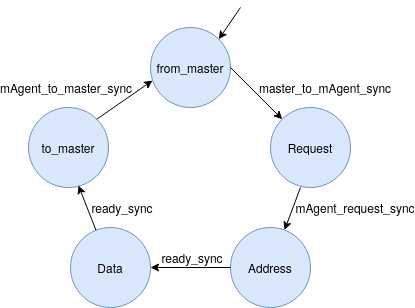
The draw.io diagram figs/ESL/mAgent_ESL.png in Ovsthus/hovsthus_thesis, before a commit. Source tidied: cells renumbered, new cells last; positions are measured from the earlier drawing's top-left corner, leaving out a move shared by most shapes.
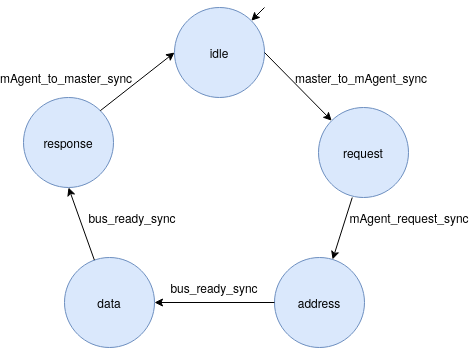
Later version of the same file.

Diff of the diagram source:
```diff
@@ -2,55 +2,55 @@
   <root>
     <mxCell id="0" />
     <mxCell id="1" parent="0" />
-    <mxCell id="2" value="from_master" style="ellipse;whiteSpace=wrap;html=1;fillColor=#dae8fc;strokeColor=#6c8ebf;" parent="1" vertex="1">
-      <mxGeometry x="122" y="20" width="80" height="80" as="geometry" />
-    </mxCell>
-    <mxCell id="3" value="Request" style="ellipse;whiteSpace=wrap;html=1;fillColor=#dae8fc;strokeColor=#6c8ebf;" parent="1" vertex="1">
-      <mxGeometry x="242" y="100" width="80" height="80" as="geometry" />
-    </mxCell>
-    <mxCell id="4" value="&lt;div&gt;Address &lt;br&gt;&lt;/div&gt;" style="ellipse;whiteSpace=wrap;html=1;fillColor=#dae8fc;strokeColor=#6c8ebf;" parent="1" vertex="1">
-      <mxGeometry x="202" y="220" width="80" height="80" as="geometry" />
-    </mxCell>
-    <mxCell id="5" value="Data " style="ellipse;whiteSpace=wrap;html=1;fillColor=#dae8fc;strokeColor=#6c8ebf;" parent="1" vertex="1">
-      <mxGeometry x="42" y="220" width="80" height="80" as="geometry" />
-    </mxCell>
-    <mxCell id="6" value="to_master" style="ellipse;whiteSpace=wrap;html=1;fillColor=#dae8fc;strokeColor=#6c8ebf;" parent="1" vertex="1">
-      <mxGeometry y="100" width="80" height="80" as="geometry" />
-    </mxCell>
-    <mxCell id="7" style="endArrow=classic;html=1;exitX=1;exitY=0.5;exitDx=0;exitDy=0;entryX=0;entryY=0;entryDx=0;entryDy=0;" parent="1" edge="1" source="2" target="3">
-      <mxGeometry relative="1" as="geometry" />
-    </mxCell>
-    <mxCell id="8" style="endArrow=classic;html=1;exitX=0.375;exitY=1;exitDx=0;exitDy=0;exitPerimeter=0;" parent="1" edge="1" source="3" target="4">
-      <mxGeometry relative="1" as="geometry" />
-    </mxCell>
-    <mxCell id="9" style="endArrow=classic;html=1;exitX=0;exitY=0.5;exitDx=0;exitDy=0;entryX=1;entryY=0.5;entryDx=0;entryDy=0;" parent="1" edge="1" source="4" target="5">
-      <mxGeometry relative="1" as="geometry" />
-    </mxCell>
-    <mxCell id="10" style="endArrow=classic;html=1;entryX=0.625;entryY=0.975;entryDx=0;entryDy=0;entryPerimeter=0;" parent="1" edge="1" source="5" target="6">
-      <mxGeometry relative="1" as="geometry" />
-    </mxCell>
-    <mxCell id="11" style="endArrow=classic;html=1;exitX=1;exitY=0;exitDx=0;exitDy=0;entryX=0.025;entryY=0.663;entryDx=0;entryDy=0;entryPerimeter=0;" parent="1" edge="1" source="6" target="2">
-      <mxGeometry relative="1" as="geometry" />
-    </mxCell>
+    <mxCell id="18" value="idle" style="ellipse;whiteSpace=wrap;html=1;fillColor=#dae8fc;strokeColor=#6c8ebf;" parent="1" vertex="1">
+      <mxGeometry x="122" width="90" height="90" as="geometry" />
+    </mxCell>
+    <mxCell id="19" value="request" style="ellipse;whiteSpace=wrap;html=1;fillColor=#dae8fc;strokeColor=#6c8ebf;" parent="1" vertex="1">
+      <mxGeometry x="266" y="100" width="90" height="90" as="geometry" />
+    </mxCell>
+    <mxCell id="20" value="address" style="ellipse;whiteSpace=wrap;html=1;fillColor=#dae8fc;strokeColor=#6c8ebf;" parent="1" vertex="1">
+      <mxGeometry x="222" y="250" width="90" height="90" as="geometry" />
+    </mxCell>
+    <mxCell id="21" value="data " style="ellipse;whiteSpace=wrap;html=1;fillColor=#dae8fc;strokeColor=#6c8ebf;" parent="1" vertex="1">
+      <mxGeometry x="12" y="250" width="90" height="90" as="geometry" />
+    </mxCell>
+    <mxCell id="22" value="response" style="ellipse;whiteSpace=wrap;html=1;fillColor=#dae8fc;strokeColor=#6c8ebf;" parent="1" vertex="1">
+      <mxGeometry x="-29" y="90" width="90" height="90" as="geometry" />
+    </mxCell>
+    <mxCell id="23" style="endArrow=classic;html=1;exitX=1;exitY=0.5;exitDx=0;exitDy=0;entryX=0;entryY=0;entryDx=0;entryDy=0;" parent="1" edge="1" source="18" target="19">
+      <mxGeometry relative="1" as="geometry" />
+    </mxCell>
+    <mxCell id="24" style="endArrow=classic;html=1;exitX=0.375;exitY=1;exitDx=0;exitDy=0;exitPerimeter=0;" parent="1" edge="1" source="19" target="20">
+      <mxGeometry relative="1" as="geometry" />
+    </mxCell>
+    <mxCell id="25" style="endArrow=classic;html=1;exitX=0;exitY=0.5;exitDx=0;exitDy=0;entryX=1;entryY=0.5;entryDx=0;entryDy=0;" parent="1" edge="1" source="20" target="21">
+      <mxGeometry relative="1" as="geometry" />
+    </mxCell>
+    <mxCell id="26" style="endArrow=classic;html=1;entryX=0.5;entryY=1;entryDx=0;entryDy=0;" parent="1" edge="1" source="21" target="22">
+      <mxGeometry relative="1" as="geometry" />
+    </mxCell>
+    <mxCell id="27" style="endArrow=classic;html=1;exitX=1;exitY=0;exitDx=0;exitDy=0;entryX=0;entryY=0.5;entryDx=0;entryDy=0;" parent="1" edge="1" source="22" target="18">
+      <mxGeometry relative="1" as="geometry" />
+    </mxCell>
     <mxCell id="12" value="master_to_mAgent_sync" style="text;html=1;strokeColor=none;fillColor=none;align=center;verticalAlign=middle;whiteSpace=wrap;rounded=0;" parent="1" vertex="1">
-      <mxGeometry x="242" y="70" width="110" height="20" as="geometry" />
+      <mxGeometry x="254" y="60" width="110" height="20" as="geometry" />
     </mxCell>
     <mxCell id="13" value="mAgent_request_sync" style="text;html=1;strokeColor=none;fillColor=none;align=center;verticalAlign=middle;whiteSpace=wrap;rounded=0;" parent="1" vertex="1">
-      <mxGeometry x="282" y="190" width="90" height="20" as="geometry" />
+      <mxGeometry x="312" y="200" width="90" height="20" as="geometry" />
     </mxCell>
-    <mxCell id="14" value="ready_sync" style="text;html=1;strokeColor=none;fillColor=none;align=center;verticalAlign=middle;whiteSpace=wrap;rounded=0;" parent="1" vertex="1">
-      <mxGeometry x="144" y="240" width="40" height="20" as="geometry" />
-    </mxCell>
-    <mxCell id="15" value="ready_sync" style="text;html=1;strokeColor=none;fillColor=none;align=center;verticalAlign=middle;whiteSpace=wrap;rounded=0;" parent="1" vertex="1">
-      <mxGeometry x="72" y="190" width="44" height="20" as="geometry" />
-    </mxCell>
+    <mxCell id="28" value="bus_ready_sync" style="text;html=1;strokeColor=none;fillColor=none;align=center;verticalAlign=middle;whiteSpace=wrap;rounded=0;" parent="1" vertex="1">
+      <mxGeometry x="142" y="270" width="40" height="20" as="geometry" />
+    </mxCell>
+    <mxCell id="29" value="bus_ready_sync" style="text;html=1;strokeColor=none;fillColor=none;align=center;verticalAlign=middle;whiteSpace=wrap;rounded=0;" parent="1" vertex="1">
+      <mxGeometry x="58" y="200" width="44" height="20" as="geometry" />
+    </mxCell>
     <mxCell id="16" value="mAgent_to_master_sync" style="text;html=1;strokeColor=none;fillColor=none;align=center;verticalAlign=middle;whiteSpace=wrap;rounded=0;" parent="1" vertex="1">
-      <mxGeometry x="10" y="70" width="56" height="20" as="geometry" />
+      <mxGeometry x="-14" y="60" width="56" height="20" as="geometry" />
     </mxCell>
-    <mxCell id="17" style="endArrow=classic;html=1;entryX=1;entryY=0;entryDx=0;entryDy=0;" parent="1" edge="1" target="2">
-      <mxGeometry relative="1" as="geometry">
-        <mxPoint x="212" as="sourcePoint" />
-      </mxGeometry>
-    </mxCell>
+    <mxCell id="30" style="endArrow=classic;html=1;entryX=1;entryY=0;entryDx=0;entryDy=0;" parent="1" edge="1" target="18">
+      <mxGeometry relative="1" as="geometry">
+        <mxPoint x="212" as="sourcePoint" />
+      </mxGeometry>
+    </mxCell>
   </root>
 </mxGraphModel>
```
